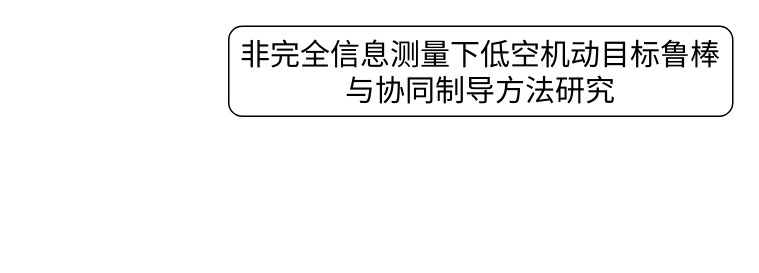
master-fency/plot keeps this draw.io diagram as 大论文框架.drawio. Above is the earlier version. Source tidied: cells renumbered, new cells numbered last; positions are measured from the earlier drawing's top-left corner, leaving out a move shared by most shapes. Both pictures are drawn from the tidied source at 150%, with x=0, y=0 at pixel (228, 26).
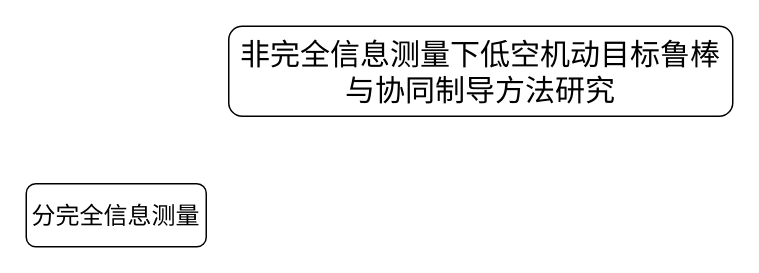
After the change.

Commit message (it also covers changes not shown here):
更新大论文框架.drawio

What changed in the source:
```diff
@@
 <mxGraphModel>
   <root>
     <mxCell id="0" />
     <mxCell id="1" parent="0" />
     <mxCell id="2" value="&lt;font style=&quot;font-size: 20px;&quot;&gt;非完全信息测量下低空机动目标鲁棒与协同制导方法研究&lt;/font&gt;" style="rounded=1;whiteSpace=wrap;html=1;roundedPerimeter=1;fontFamily=Times New Roman;" parent="1" vertex="1">
       <mxGeometry width="336" height="60" as="geometry" />
     </mxCell>
+    <mxCell id="3" value="&lt;font style=&quot;font-size: 16px;&quot;&gt;分完全信息测量&lt;/font&gt;" style="rounded=1;whiteSpace=wrap;html=1;roundedPerimeter=1;" parent="1" vertex="1">
+      <mxGeometry x="-135" y="105" width="120" height="42" as="geometry" />
+    </mxCell>
   </root>
 </mxGraphModel>
```
